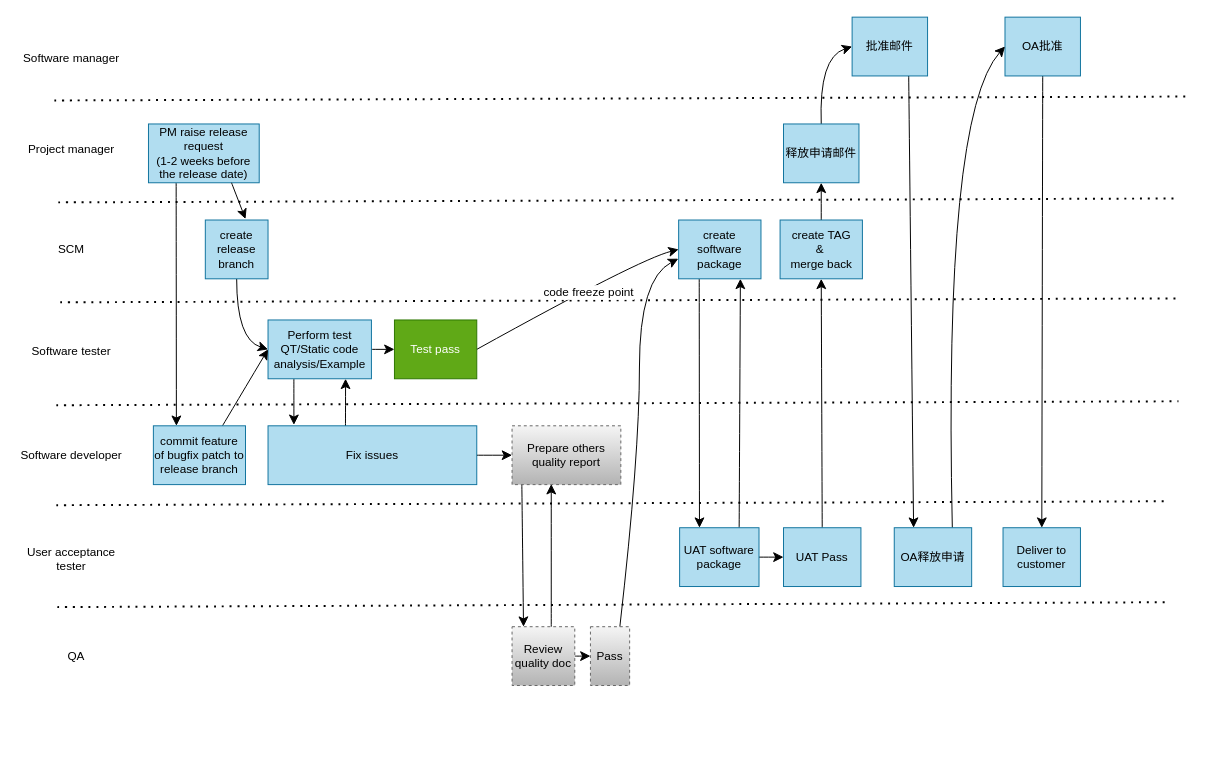
Before: page "Page-1" (1 of 3) of Untitled Diagram.drawio in salfe/VSC-Plugin, a draw.io diagram. Source tidied: cells renumbered, new cells numbered last; positions are measured from the earlier drawing's top-left corner, leaving out a move shared by most shapes. Both pictures are drawn from the tidied source at 98%, with x=0, y=0 at pixel (17, 17).
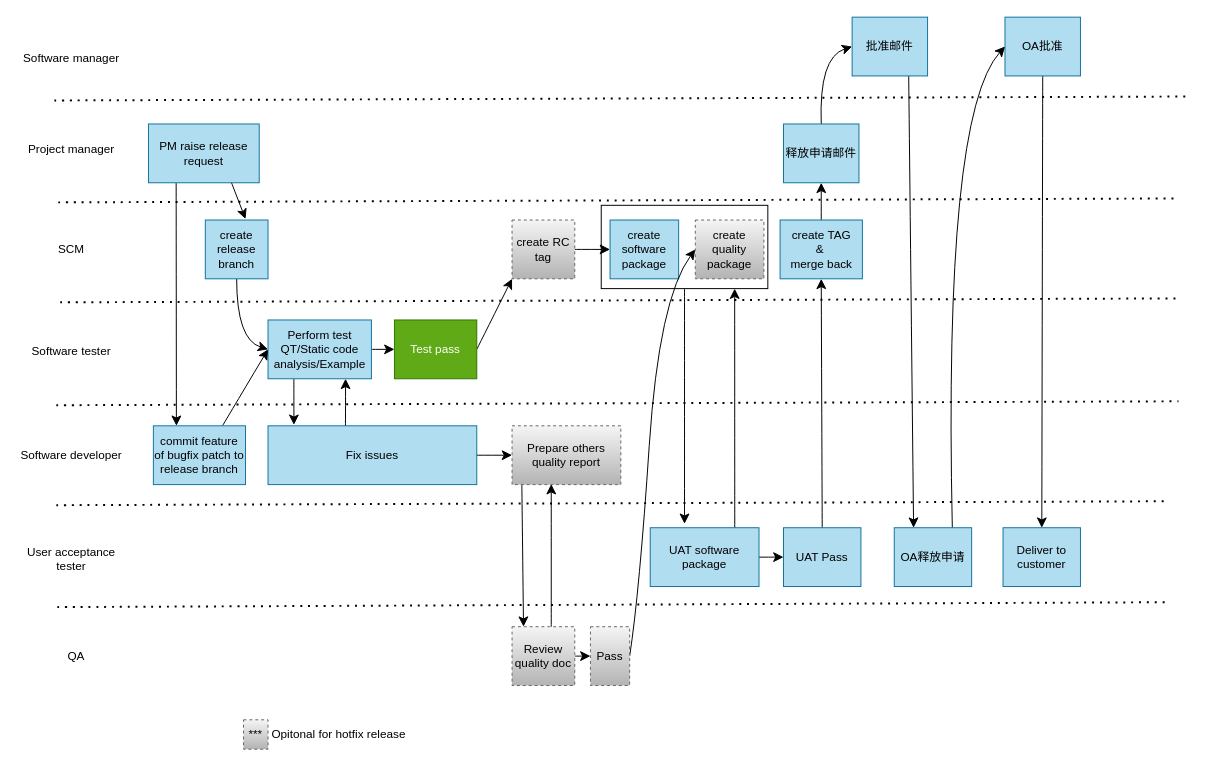
The same page after the edit.

The change refers to these unchanged cells:
```xml
<mxCell id="34" value="Test pass" style="rounded=0;whiteSpace=wrap;html=1;fillColor=#60a917;strokeColor=#2D7600;fontColor=#ffffff;" parent="1" vertex="1">
  <mxGeometry x="385" y="309" width="84" height="60" as="geometry" />
</mxCell>
<mxCell id="54" value="Pass" style="rounded=0;whiteSpace=wrap;html=1;fillColor=#f5f5f5;strokeColor=#666666;dashed=1;gradientColor=#b3b3b3;" parent="1" vertex="1">
  <mxGeometry x="585" y="622" width="40" height="60" as="geometry" />
</mxCell>
```

What changed in the source:
```diff
@@
+    <mxCell id="56" style="rounded=0;whiteSpace=wrap;html=1;fillColor=none;" parent="1" vertex="1">
+      <mxGeometry x="596" y="192" width="170" height="85" as="geometry" />
+    </mxCell>
@@
-    <mxCell id="6" value="&lt;div&gt;PM raise release request&lt;/div&gt;&lt;div&gt;(1-2 weeks before the release date)&lt;/div&gt;" style="rounded=0;whiteSpace=wrap;html=1;fillColor=#b1ddf0;strokeColor=#10739e;" parent="1" vertex="1">
+    <mxCell id="6" value="&lt;div&gt;PM raise release request&lt;/div&gt;" style="rounded=0;whiteSpace=wrap;html=1;fillColor=#b1ddf0;strokeColor=#10739e;" parent="1" vertex="1">
       <mxGeometry x="134" y="109" width="113" height="60" as="geometry" />
     </mxCell>
@@
-    <mxCell id="23" style="edgeStyle=none;curved=1;rounded=0;jettySize=auto;html=1;exitX=0.75;exitY=0;exitDx=0;exitDy=0;entryX=0.75;entryY=1;entryDx=0;entryDy=0;fontSize=12;startSize=8;endSize=8;" parent="1" edge="1" source="25" target="36">
-      <mxGeometry relative="1" as="geometry" />
-    </mxCell>
@@
+    <mxCell id="57" style="edgeStyle=none;curved=1;rounded=0;jettySize=auto;html=1;exitX=0.777;exitY=0.008;exitDx=0;exitDy=0;fontSize=12;startSize=8;endSize=8;entryX=0.801;entryY=1;entryDx=0;entryDy=0;entryPerimeter=0;exitPerimeter=0;" parent="1" edge="1" source="25" target="56">
+      <mxGeometry relative="1" as="geometry" />
+    </mxCell>
     <mxCell id="25" value="UAT software package" style="rounded=0;whiteSpace=wrap;html=1;fillColor=#b1ddf0;strokeColor=#10739e;" parent="1" vertex="1">
-      <mxGeometry x="676" y="521" width="81" height="60" as="geometry" />
+      <mxGeometry x="646" y="521" width="111" height="60" as="geometry" />
     </mxCell>
@@
-    <mxCell id="32" style="edgeStyle=none;curved=1;rounded=0;jettySize=auto;html=1;entryX=0;entryY=0.5;entryDx=0;entryDy=0;fontSize=12;startSize=8;endSize=8;exitX=1;exitY=0.5;exitDx=0;exitDy=0;" parent="1" edge="1" source="34" target="36">
-      <mxGeometry relative="1" as="geometry">
-        <Array as="points">
-          <mxPoint x="635" y="247" />
-        </Array>
-      </mxGeometry>
-    </mxCell>
-    <mxCell id="33" value="code freeze point" style="edgeLabel;html=1;align=center;verticalAlign=middle;fontSize=12;" parent="32" vertex="1">
-      <mxGeometry x="0.1" y="-4" relative="1" as="geometry" />
-    </mxCell>
+    <mxCell id="58" style="edgeStyle=none;curved=1;rounded=0;jettySize=auto;html=1;exitX=1;exitY=0.5;exitDx=0;exitDy=0;entryX=0;entryY=1;entryDx=0;entryDy=0;fontSize=12;startSize=8;endSize=8;" parent="1" edge="1" source="34" target="61">
+      <mxGeometry relative="1" as="geometry" />
+    </mxCell>
@@
-    <mxCell id="35" style="edgeStyle=none;curved=1;rounded=0;jettySize=auto;html=1;exitX=0.25;exitY=1;exitDx=0;exitDy=0;entryX=0.25;entryY=0;entryDx=0;entryDy=0;fontSize=12;startSize=8;endSize=8;" parent="1" edge="1" source="36" target="25">
-      <mxGeometry relative="1" as="geometry" />
-    </mxCell>
     <mxCell id="36" value="create software package" style="rounded=0;whiteSpace=wrap;html=1;fillColor=#b1ddf0;strokeColor=#10739e;" parent="1" vertex="1">
-      <mxGeometry x="675" y="207" width="84" height="60" as="geometry" />
+      <mxGeometry x="605" y="207" width="70" height="60" as="geometry" />
     </mxCell>
@@
-    <mxCell id="48" style="edgeStyle=none;curved=1;rounded=0;jettySize=auto;html=1;exitX=0.75;exitY=0;exitDx=0;exitDy=0;fontSize=12;startSize=8;endSize=8;entryX=-0.004;entryY=0.658;entryDx=0;entryDy=0;entryPerimeter=0;" parent="1" edge="1" source="54" target="36">
-      <mxGeometry relative="1" as="geometry">
-        <Array as="points">
-          <mxPoint x="635" y="447" />
-          <mxPoint x="635" y="267" />
-        </Array>
-      </mxGeometry>
-    </mxCell>
@@
+    <mxCell id="59" style="edgeStyle=none;curved=1;rounded=0;jettySize=auto;html=1;exitX=1;exitY=0.5;exitDx=0;exitDy=0;entryX=0;entryY=0.5;entryDx=0;entryDy=0;fontSize=12;startSize=8;endSize=8;" parent="1" edge="1" source="54" target="62">
+      <mxGeometry relative="1" as="geometry">
+        <Array as="points">
+          <mxPoint x="635" y="587" />
+          <mxPoint x="655" y="287" />
+        </Array>
+      </mxGeometry>
+    </mxCell>
@@
+    <mxCell id="60" style="edgeStyle=none;curved=1;rounded=0;jettySize=auto;html=1;exitX=1;exitY=0.5;exitDx=0;exitDy=0;entryX=0;entryY=0.5;entryDx=0;entryDy=0;fontSize=12;startSize=8;endSize=8;" parent="1" edge="1" source="61" target="36">
+      <mxGeometry relative="1" as="geometry" />
+    </mxCell>
+    <mxCell id="61" value="create RC tag" style="rounded=0;whiteSpace=wrap;html=1;fillColor=#f5f5f5;strokeColor=#666666;gradientColor=#b3b3b3;dashed=1;" parent="1" vertex="1">
+      <mxGeometry x="505" y="207" width="64" height="60" as="geometry" />
+    </mxCell>
+    <mxCell id="62" value="create quality package" style="rounded=0;whiteSpace=wrap;html=1;fillColor=#f5f5f5;strokeColor=#666666;gradientColor=#b3b3b3;dashed=1;" parent="1" vertex="1">
+      <mxGeometry x="692" y="207" width="70" height="60" as="geometry" />
+    </mxCell>
+    <mxCell id="63" style="edgeStyle=none;curved=1;rounded=0;jettySize=auto;html=1;exitX=0.5;exitY=1;exitDx=0;exitDy=0;fontSize=12;startSize=8;endSize=8;" parent="1" edge="1" source="56">
+      <mxGeometry relative="1" as="geometry">
+        <mxPoint x="681" y="517" as="targetPoint" />
+      </mxGeometry>
+    </mxCell>
+    <mxCell id="64" value="***" style="rounded=0;whiteSpace=wrap;html=1;fillColor=#f5f5f5;strokeColor=#666666;gradientColor=#b3b3b3;dashed=1;" parent="1" vertex="1">
+      <mxGeometry x="231" y="717" width="25" height="30" as="geometry" />
+    </mxCell>
+    <mxCell id="65" value="Opitonal for hotfix release&amp;nbsp;" style="text;html=1;whiteSpace=wrap;strokeColor=none;fillColor=none;align=center;verticalAlign=middle;rounded=0;" parent="1" vertex="1">
+      <mxGeometry x="256" y="717" width="148" height="30" as="geometry" />
+    </mxCell>
```
